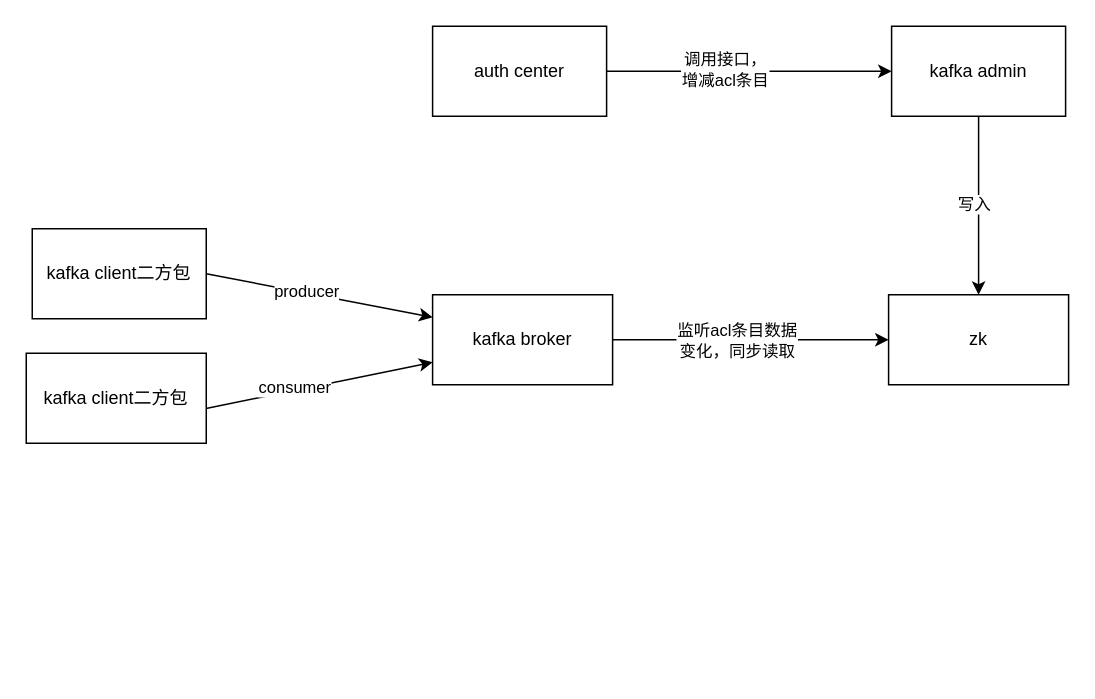
Earlier version of the draw.io diagram kafka接入鉴权中心.drawio (gitcodeporter/draw-uml). Source tidied: cells renumbered, new cells numbered last; positions are measured from the earlier drawing's top-left corner, leaving out a move shared by most shapes. Both pictures are drawn from the tidied source at 150%, with x=0, y=0 at pixel (26, 26).
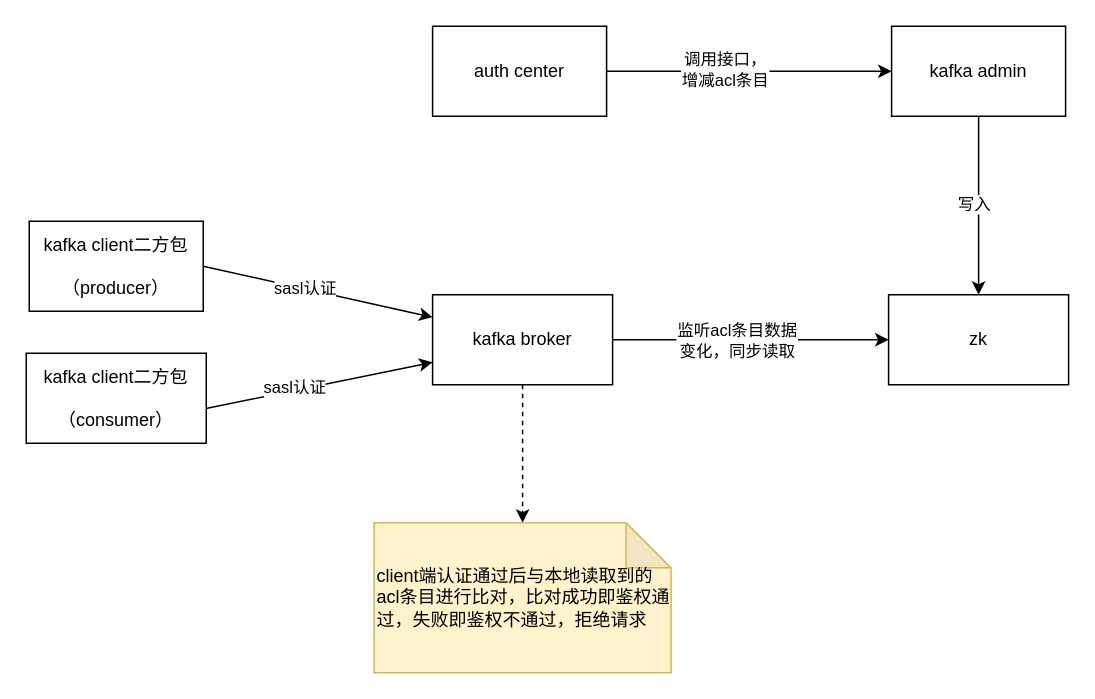
The same diagram, later.

Commit message (it also covers changes not shown here):
更新kafka接入鉴权中心.drawio

The change refers to these unchanged cells:
```xml
<mxCell id="4" value="kafka broker" style="rounded=0;whiteSpace=wrap;html=1;" parent="1" vertex="1">
  <mxGeometry x="270.9" y="179" width="120" height="60" as="geometry" />
</mxCell>
<mxCell id="5" style="edgeStyle=none;rounded=0;jettySize=auto;html=1;entryX=0;entryY=0.25;entryDx=0;entryDy=0;exitX=1;exitY=0.5;exitDx=0;exitDy=0;" parent="1" edge="1" source="7" target="4">
  <mxGeometry relative="1" as="geometry" />
</mxCell>
<mxCell id="8" style="edgeStyle=none;rounded=0;jettySize=auto;html=1;entryX=0;entryY=0.75;entryDx=0;entryDy=0;exitX=0.992;exitY=0.617;exitDx=0;exitDy=0;exitPerimeter=0;" parent="1" edge="1" source="10" target="4">
  <mxGeometry relative="1" as="geometry" />
</mxCell>
```

Diff of the diagram source:
```diff
@@
+    <mxCell id="18" style="edgeStyle=none;rounded=0;jettySize=auto;html=1;entryX=0.5;entryY=0;entryDx=0;entryDy=0;entryPerimeter=0;dashed=1;" parent="1" edge="1" source="4" target="19">
+      <mxGeometry relative="1" as="geometry" />
+    </mxCell>
@@
-    <mxCell id="6" value="producer" style="edgeLabel;html=1;align=center;verticalAlign=middle;" parent="5" vertex="1">
+    <mxCell id="6" value="sasl认证" style="edgeLabel;html=1;align=center;verticalAlign=middle;" parent="5" vertex="1">
       <mxGeometry x="-0.12" y="1" relative="1" as="geometry" />
     </mxCell>
-    <mxCell id="7" value="kafka client二方包" style="rounded=0;whiteSpace=wrap;html=1;" parent="1" vertex="1">
-      <mxGeometry x="4" y="135" width="116" height="60" as="geometry" />
+    <mxCell id="7" value="kafka client二方包&lt;br&gt;&lt;br&gt;（producer）" style="rounded=0;whiteSpace=wrap;html=1;" parent="1" vertex="1">
+      <mxGeometry x="2" y="130" width="116" height="60" as="geometry" />
     </mxCell>
@@
-    <mxCell id="9" value="consumer" style="edgeLabel;html=1;align=center;verticalAlign=middle;" parent="8" vertex="1">
+    <mxCell id="9" value="sasl认证" style="edgeLabel;html=1;align=center;verticalAlign=middle;" parent="8" vertex="1">
       <mxGeometry x="-0.21" y="2" relative="1" as="geometry" />
     </mxCell>
-    <mxCell id="10" value="kafka client二方包" style="rounded=0;whiteSpace=wrap;html=1;" parent="1" vertex="1">
+    <mxCell id="10" value="kafka client二方包&lt;br&gt;&lt;br&gt;（consumer）" style="rounded=0;whiteSpace=wrap;html=1;" parent="1" vertex="1">
       <mxGeometry y="218" width="120" height="60" as="geometry" />
     </mxCell>
@@
+    <mxCell id="19" value="client端认证通过后与本地读取到的acl条目进行比对，比对成功即鉴权通过，失败即鉴权不通过，拒绝请求" style="shape=note;whiteSpace=wrap;html=1;backgroundOutline=1;darkOpacity=0.05;fillColor=#fff2cc;strokeColor=#d6b656;align=left;" parent="1" vertex="1">
+      <mxGeometry x="231.9" y="331" width="198" height="100" as="geometry" />
+    </mxCell>
```
